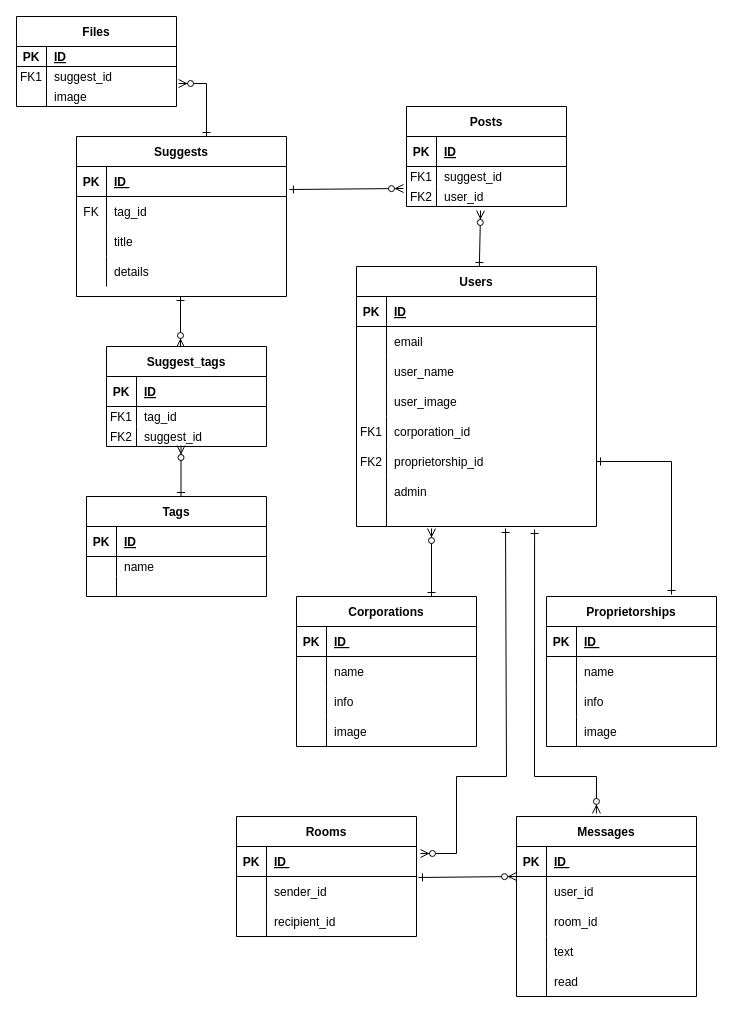
Before: Untitled Diagram.drawio in Sec-il-n/sugget_cd_ci, a draw.io diagram. Source tidied: cells renumbered, new cells numbered last; positions are measured from the earlier drawing's top-left corner, leaving out a move shared by most shapes. Both pictures are drawn from the tidied source at 100%, with x=0, y=0 at pixel (16, 16).
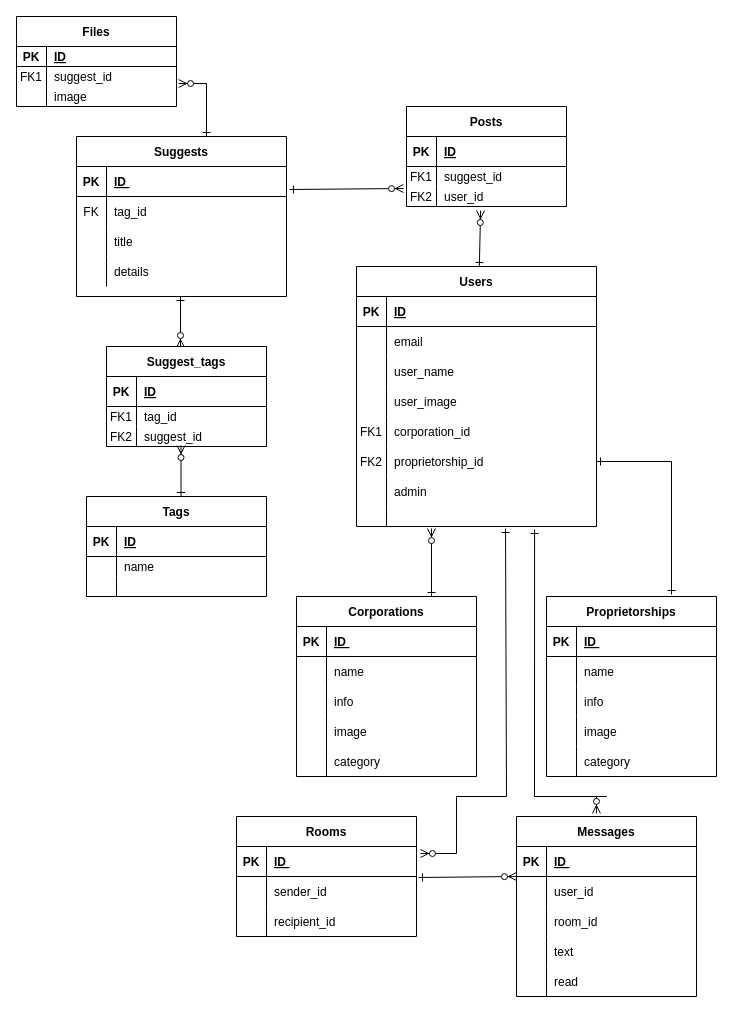
The same page after the edit.

Commit message (it also covers changes not shown here):
Untitled Diagram.drawio を更新します

Unchanged cells that the change refers to:
```xml
<mxCell id="35" style="shape=partialRectangle;fillColor=none;points=[[0,0.5],[1,0.5]];portConstraint=eastwest;top=0;left=0;right=0;bottom=0;" parent="13" vertex="1">
  <mxGeometry y="240" width="240" height="20" as="geometry" />
</mxCell>
<mxCell id="114" style="shape=partialRectangle;fillColor=none;points=[[0,0.5],[1,0.5]];portConstraint=eastwest;top=0;left=0;right=0;bottom=1;" parent="113" vertex="1">
  <mxGeometry y="30" width="180" height="30" as="geometry" />
</mxCell>
<mxCell id="123" value="Messages" style="shape=table;startSize=30;childLayout=tableLayout;rowLines=0;fontStyle=1;align=center;" parent="1" vertex="1">
  <mxGeometry x="500" y="800" width="180" height="180" as="geometry" />
</mxCell>
```

Diff of the diagram source:
```diff
@@
     <mxCell id="75" value="Corporations" style="shape=table;startSize=30;childLayout=tableLayout;rowLines=0;fontStyle=1;align=center;" parent="1" vertex="1">
-      <mxGeometry x="280" y="580" width="180" height="150" as="geometry" />
+      <mxGeometry x="280" y="580" width="180" height="180" as="geometry" />
     </mxCell>
@@
+    <mxCell id="142" style="shape=partialRectangle;fillColor=none;top=0;left=0;right=0;bottom=0;" parent="75" vertex="1">
+      <mxGeometry y="150" width="180" height="30" as="geometry" />
+    </mxCell>
+    <mxCell id="143" style="shape=partialRectangle;overflow=hidden;fillColor=none;top=0;left=0;bottom=0;right=0;" parent="142" vertex="1">
+      <mxGeometry width="30" height="30" as="geometry" />
+    </mxCell>
+    <mxCell id="144" value="category" style="shape=partialRectangle;overflow=hidden;fillColor=none;top=0;left=0;bottom=0;right=0;align=left;spacingLeft=6;" parent="142" vertex="1">
+      <mxGeometry x="30" width="150" height="30" as="geometry" />
+    </mxCell>
@@
     <mxCell id="89" value="Proprietorships" style="shape=table;startSize=30;childLayout=tableLayout;rowLines=0;fontStyle=1;align=center;" parent="1" vertex="1">
-      <mxGeometry x="530" y="580" width="170" height="150" as="geometry" />
+      <mxGeometry x="530" y="580" width="170" height="180" as="geometry" />
     </mxCell>
@@
+    <mxCell id="145" style="shape=partialRectangle;fillColor=none;top=0;left=0;right=0;bottom=0;" parent="89" vertex="1">
+      <mxGeometry y="150" width="170" height="30" as="geometry" />
+    </mxCell>
+    <mxCell id="146" style="shape=partialRectangle;overflow=hidden;fillColor=none;top=0;left=0;bottom=0;right=0;" parent="145" vertex="1">
+      <mxGeometry width="30" height="30" as="geometry" />
+    </mxCell>
+    <mxCell id="147" value="category" style="shape=partialRectangle;overflow=hidden;fillColor=none;top=0;left=0;bottom=0;right=0;align=left;spacingLeft=6;" parent="145" vertex="1">
+      <mxGeometry x="30" width="140" height="30" as="geometry" />
+    </mxCell>
@@
     <mxCell id="140" style="edgeStyle=none;rounded=0;jettySize=auto;html=1;startArrow=ERone;startFill=0;endArrow=ERzeroToMany;endFill=1;entryX=1.022;entryY=0.233;entryDx=0;entryDy=0;entryPerimeter=0;exitX=0.621;exitY=1.1;exitDx=0;exitDy=0;exitPerimeter=0;" parent="1" edge="1" source="35" target="114">
       <mxGeometry relative="1" as="geometry">
         <Array as="points">
-          <mxPoint x="490" y="760" />
-          <mxPoint x="440" y="760" />
+          <mxPoint x="490" y="780" />
+          <mxPoint x="440" y="780" />
           <mxPoint x="440" y="837" />
         </Array>
       </mxGeometry>
     </mxCell>
     <mxCell id="141" style="edgeStyle=none;rounded=0;jettySize=auto;html=1;exitX=0.742;exitY=1.15;exitDx=0;exitDy=0;startArrow=ERone;startFill=0;endArrow=ERzeroToMany;endFill=1;entryX=0.444;entryY=-0.017;entryDx=0;entryDy=0;entryPerimeter=0;exitPerimeter=0;" parent="1" edge="1" source="35" target="123">
       <mxGeometry relative="1" as="geometry">
         <Array as="points">
-          <mxPoint x="518" y="760" />
-          <mxPoint x="580" y="760" />
+          <mxPoint x="518" y="780" />
+          <mxPoint x="590" y="780" />
+          <mxPoint x="580" y="780" />
         </Array>
       </mxGeometry>
     </mxCell>
```
